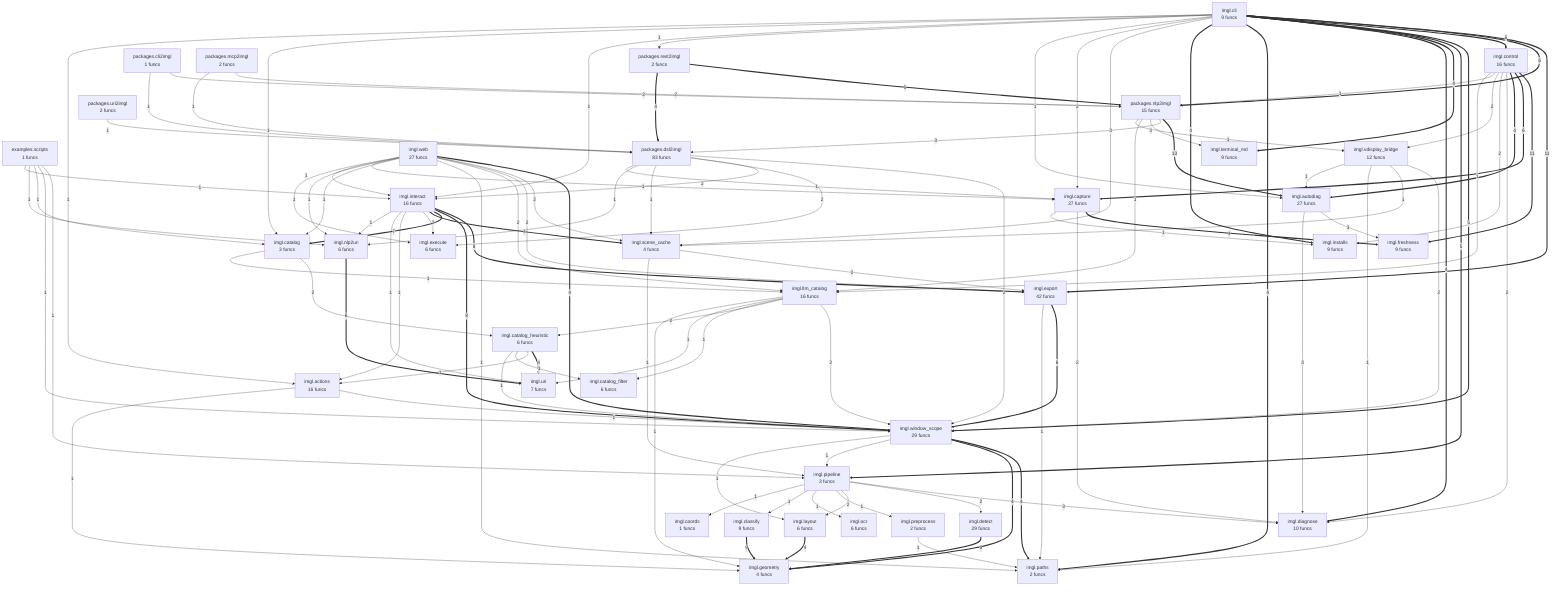
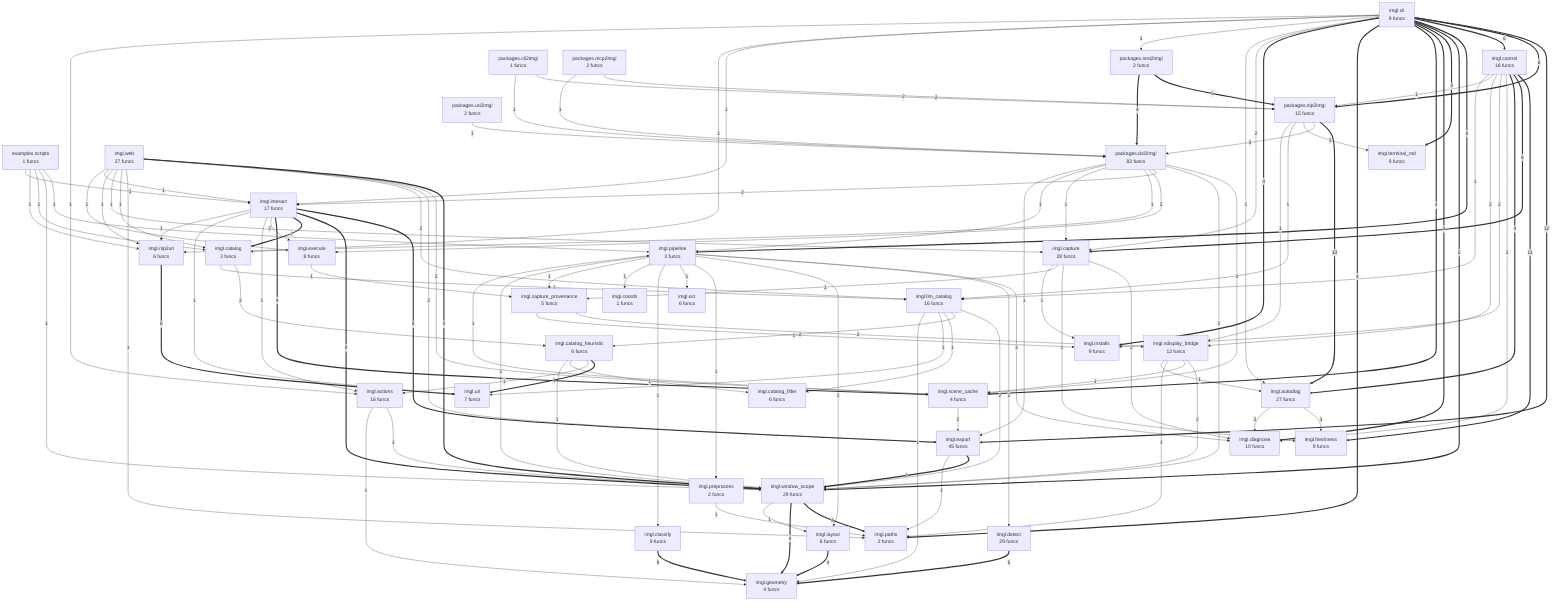
flowchart TD
%% generated in 0.03s
    examples__scripts["examples.scripts<br/>1 funcs"]
    imgl__actions["imgl.actions<br/>16 funcs"]
    imgl__autodiag["imgl.autodiag<br/>27 funcs"]
-     imgl__capture["imgl.capture<br/>27 funcs"]
+     imgl__capture["imgl.capture<br/>28 funcs"]
+     imgl__capture_provenance["imgl.capture_provenance<br/>5 funcs"]
    imgl__catalog["imgl.catalog<br/>3 funcs"]
    imgl__catalog_filter["imgl.catalog_filter<br/>6 funcs"]
    imgl__catalog_heuristic["imgl.catalog_heuristic<br/>6 funcs"]
    imgl__classify["imgl.classify<br/>9 funcs"]
    imgl__cli["imgl.cli<br/>9 funcs"]
    imgl__control["imgl.control<br/>16 funcs"]
    imgl__coords["imgl.coords<br/>1 funcs"]
    imgl__detect["imgl.detect<br/>29 funcs"]
    imgl__diagnose["imgl.diagnose<br/>10 funcs"]
-     imgl__execute["imgl.execute<br/>6 funcs"]
-     imgl__export["imgl.export<br/>42 funcs"]
+     imgl__execute["imgl.execute<br/>8 funcs"]
+     imgl__export["imgl.export<br/>45 funcs"]
    imgl__freshness["imgl.freshness<br/>9 funcs"]
    imgl__geometry["imgl.geometry<br/>4 funcs"]
    imgl__installs["imgl.installs<br/>9 funcs"]
-     imgl__interact["imgl.interact<br/>16 funcs"]
+     imgl__interact["imgl.interact<br/>17 funcs"]
    imgl__layout["imgl.layout<br/>6 funcs"]
    imgl__llm_catalog["imgl.llm_catalog<br/>16 funcs"]
    imgl__nlp2uri["imgl.nlp2uri<br/>6 funcs"]
    imgl__ocr["imgl.ocr<br/>6 funcs"]
    imgl__paths["imgl.paths<br/>2 funcs"]
    imgl__pipeline["imgl.pipeline<br/>3 funcs"]
    imgl__preprocess["imgl.preprocess<br/>2 funcs"]
    imgl__scene_cache["imgl.scene_cache<br/>4 funcs"]
    imgl__terminal_md["imgl.terminal_md<br/>9 funcs"]
    imgl__uri["imgl.uri<br/>7 funcs"]
    imgl__vdisplay_bridge["imgl.vdisplay_bridge<br/>12 funcs"]
    imgl__web["imgl.web<br/>27 funcs"]
    imgl__window_scope["imgl.window_scope<br/>29 funcs"]
    packages__cli2imgl["packages.cli2imgl<br/>1 funcs"]
    packages__dsl2imgl["packages.dsl2imgl<br/>83 funcs"]
    packages__mcp2imgl["packages.mcp2imgl<br/>2 funcs"]
    packages__nlp2imgl["packages.nlp2imgl<br/>15 funcs"]
    packages__rest2imgl["packages.rest2imgl<br/>2 funcs"]
    packages__uri2imgl["packages.uri2imgl<br/>2 funcs"]
    packages__nlp2imgl ==>|13| imgl__autodiag
-     imgl__cli ==>|11| imgl__export
+     imgl__cli ==>|12| imgl__export
    imgl__control ==>|11| imgl__freshness
    imgl__classify ==>|9| imgl__geometry
    imgl__interact ==>|8| imgl__export
    imgl__interact ==>|8| imgl__window_scope
    imgl__interact ==>|7| imgl__catalog
    imgl__nlp2uri ==>|6| imgl__uri
+     imgl__control ==>|6| imgl__capture
    imgl__export ==>|6| imgl__window_scope
    imgl__detect ==>|6| imgl__geometry
    imgl__cli ==>|6| packages__nlp2imgl
    imgl__cli ==>|6| imgl__control
-     imgl__control ==>|6| imgl__capture
+     imgl__cli ==>|6| imgl__pipeline
    packages__rest2imgl ==>|5| packages__nlp2imgl
    imgl__cli ==>|5| imgl__window_scope
-     imgl__cli ==>|5| imgl__pipeline
    packages__rest2imgl ==>|4| packages__dsl2imgl
    imgl__layout ==>|4| imgl__geometry
-     imgl__web ==>|4| imgl__window_scope
-     imgl__cli ==>|4| imgl__terminal_md
-     imgl__cli ==>|4| imgl__diagnose
-     imgl__cli ==>|4| imgl__paths
-     imgl__cli ==>|4| imgl__installs
-     imgl__interact ==>|4| imgl__scene_cache
-     imgl__capture ==>|4| imgl__freshness
    imgl__window_scope ==>|4| imgl__paths
    imgl__window_scope ==>|4| imgl__geometry
    imgl__control ==>|4| imgl__autodiag
    imgl__catalog_heuristic ==>|4| imgl__uri
-     imgl__pipeline -->|3| imgl__diagnose
+     imgl__web ==>|4| imgl__window_scope
+     imgl__cli ==>|4| imgl__terminal_md
+     imgl__cli ==>|4| imgl__diagnose
+     imgl__cli ==>|4| imgl__scene_cache
+     imgl__cli ==>|4| imgl__paths
+     imgl__cli ==>|4| imgl__installs
+     imgl__interact ==>|4| imgl__scene_cache
    packages__nlp2imgl -->|3| packages__dsl2imgl
    packages__nlp2imgl -->|3| imgl__terminal_md
    imgl__autodiag -->|3| imgl__freshness
    imgl__autodiag -->|3| imgl__diagnose
-     imgl__cli -->|3| imgl__scene_cache
+     imgl__pipeline -->|3| imgl__diagnose
    packages__cli2imgl -->|2| packages__nlp2imgl
    packages__mcp2imgl -->|2| packages__nlp2imgl
+     imgl__scene_cache -->|2| imgl__export
+     imgl__catalog -->|2| imgl__catalog_heuristic
+     imgl__llm_catalog -->|2| imgl__window_scope
+     imgl__llm_catalog -->|2| imgl__catalog_heuristic
+     imgl__pipeline -->|2| imgl__detect
+     imgl__pipeline -->|2| imgl__layout
+     imgl__control -->|2| imgl__diagnose
+     imgl__control -->|2| imgl__installs
+     imgl__control -->|2| imgl__vdisplay_bridge
+     imgl__capture_provenance -->|2| imgl__vdisplay_bridge
+     imgl__vdisplay_bridge -->|2| imgl__window_scope
+     imgl__web -->|2| imgl__scene_cache
+     imgl__web -->|2| imgl__export
+     imgl__web -->|2| imgl__llm_catalog
+     packages__dsl2imgl -->|2| imgl__scene_cache
    packages__dsl2imgl -->|2| imgl__window_scope
    packages__dsl2imgl -->|2| imgl__interact
    packages__dsl2imgl -->|2| imgl__execute
-     imgl__scene_cache -->|2| imgl__export
-     imgl__pipeline -->|2| imgl__detect
-     imgl__pipeline -->|2| imgl__layout
-     imgl__web -->|2| imgl__scene_cache
-     imgl__web -->|2| imgl__export
-     imgl__web -->|2| imgl__llm_catalog
    imgl__cli -->|2| imgl__capture
    imgl__interact -->|2| imgl__execute
-     imgl__catalog -->|2| imgl__catalog_heuristic
    imgl__capture -->|2| imgl__diagnose
-     imgl__llm_catalog -->|2| imgl__window_scope
-     imgl__llm_catalog -->|2| imgl__catalog_heuristic
-     imgl__control -->|2| imgl__diagnose
-     imgl__control -->|2| imgl__installs
-     imgl__control -->|2| imgl__vdisplay_bridge
-     imgl__vdisplay_bridge -->|2| imgl__window_scope
    packages__cli2imgl -->|1| packages__dsl2imgl
    packages__uri2imgl -->|1| packages__dsl2imgl
    packages__mcp2imgl -->|1| packages__dsl2imgl
-     packages__dsl2imgl -->|1| imgl__scene_cache
-     packages__dsl2imgl -->|1| imgl__nlp2uri
-     packages__dsl2imgl -->|1| imgl__capture
+     packages__nlp2imgl -->|1| imgl__llm_catalog
+     packages__nlp2imgl -->|1| imgl__vdisplay_bridge
    examples__scripts -->|1| imgl__pipeline
    examples__scripts -->|1| imgl__window_scope
    examples__scripts -->|1| imgl__catalog
    examples__scripts -->|1| imgl__nlp2uri
    examples__scripts -->|1| imgl__interact
    imgl__scene_cache -->|1| imgl__pipeline
    imgl__actions -->|1| imgl__window_scope
    imgl__actions -->|1| imgl__geometry
+     imgl__catalog -->|1| imgl__llm_catalog
    imgl__preprocess -->|1| imgl__paths
+     imgl__llm_catalog -->|1| imgl__catalog_filter
+     imgl__llm_catalog -->|1| imgl__uri
+     imgl__llm_catalog -->|1| imgl__geometry
+     imgl__window_scope -->|1| imgl__pipeline
+     imgl__window_scope -->|1| imgl__layout
    imgl__pipeline -->|1| imgl__preprocess
    imgl__pipeline -->|1| imgl__ocr
    imgl__pipeline -->|1| imgl__classify
    imgl__pipeline -->|1| imgl__coords
+     imgl__pipeline -->|1| imgl__capture_provenance
+     imgl__control -->|1| packages__nlp2imgl
+     imgl__control -->|1| imgl__llm_catalog
+     imgl__capture_provenance -->|1| imgl__installs
+     imgl__vdisplay_bridge -->|1| imgl__scene_cache
+     imgl__vdisplay_bridge -->|1| imgl__paths
+     imgl__vdisplay_bridge -->|1| imgl__autodiag
+     imgl__catalog_heuristic -->|1| imgl__actions
+     imgl__catalog_heuristic -->|1| imgl__catalog_filter
+     imgl__catalog_heuristic -->|1| imgl__window_scope
    imgl__export -->|1| imgl__paths
    imgl__web -->|1| imgl__paths
    imgl__web -->|1| imgl__catalog
    imgl__web -->|1| imgl__capture
    imgl__web -->|1| imgl__nlp2uri
    imgl__web -->|1| imgl__interact
    imgl__web -->|1| imgl__execute
-     packages__nlp2imgl -->|1| imgl__llm_catalog
-     packages__nlp2imgl -->|1| imgl__vdisplay_bridge
+     packages__dsl2imgl -->|1| imgl__nlp2uri
+     packages__dsl2imgl -->|1| imgl__capture
+     packages__dsl2imgl -->|1| imgl__pipeline
+     packages__dsl2imgl -->|1| imgl__export
    imgl__cli -->|1| imgl__autodiag
    imgl__cli -->|1| packages__rest2imgl
    imgl__cli -->|1| imgl__interact
    imgl__cli -->|1| imgl__catalog
    imgl__cli -->|1| imgl__actions
    imgl__interact -->|1| imgl__actions
    imgl__interact -->|1| imgl__uri
    imgl__interact -->|1| imgl__nlp2uri
-     imgl__catalog -->|1| imgl__llm_catalog
+     imgl__capture -->|1| imgl__freshness
+     imgl__capture -->|1| imgl__capture_provenance
    imgl__capture -->|1| imgl__installs
-     imgl__llm_catalog -->|1| imgl__catalog_filter
-     imgl__llm_catalog -->|1| imgl__uri
-     imgl__llm_catalog -->|1| imgl__geometry
-     imgl__window_scope -->|1| imgl__pipeline
-     imgl__window_scope -->|1| imgl__layout
-     imgl__control -->|1| packages__nlp2imgl
-     imgl__control -->|1| imgl__llm_catalog
-     imgl__vdisplay_bridge -->|1| imgl__scene_cache
-     imgl__vdisplay_bridge -->|1| imgl__paths
-     imgl__vdisplay_bridge -->|1| imgl__autodiag
-     imgl__catalog_heuristic -->|1| imgl__actions
-     imgl__catalog_heuristic -->|1| imgl__catalog_filter
-     imgl__catalog_heuristic -->|1| imgl__window_scope
+     imgl__execute -->|1| imgl__capture_provenance
